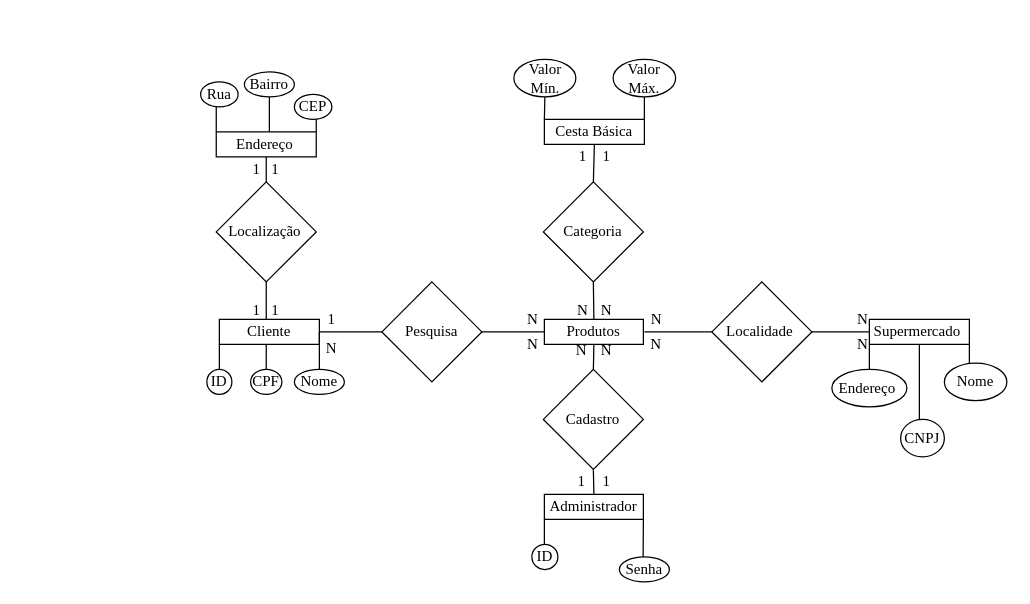
Above: Diagrama sem título.drawio in EmilyNicoleA/Compara-o- (draw.io), before the change. Source tidied: cells renumbered, new cells numbered last; positions are measured from the earlier drawing's top-left corner, leaving out a move shared by most shapes. Both pictures are drawn from the tidied source at 125%, with x=0, y=0 at pixel (200, 59).
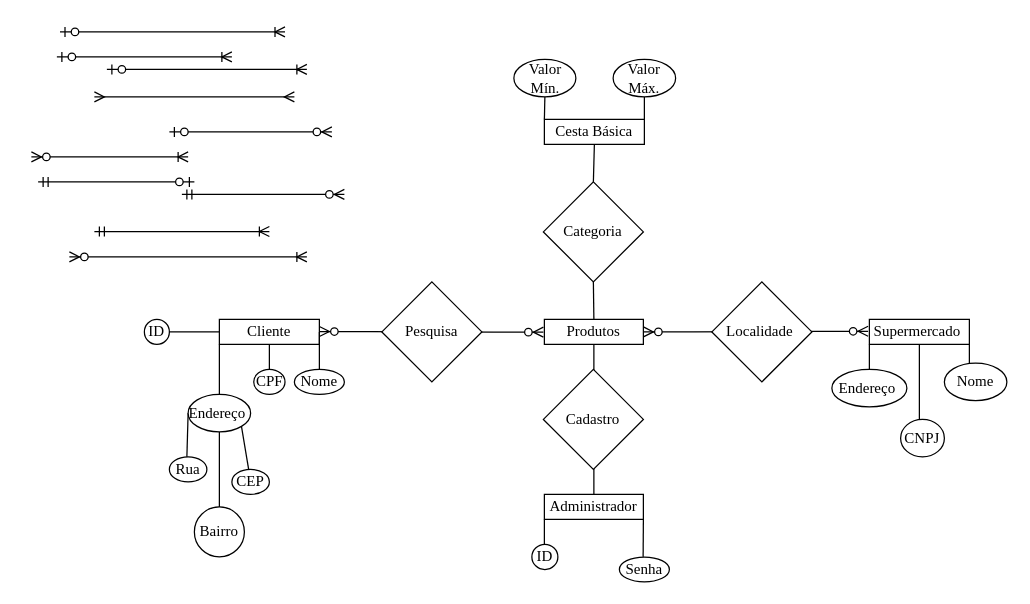
Above is the later version.

Unchanged cells that the change refers to:
```xml
<mxCell id="5" value="&lt;font face=&quot;Times New Roman&quot;&gt;Cliente&lt;/font&gt;" style="rounded=0;whiteSpace=wrap;html=1;" parent="1" vertex="1">
  <mxGeometry x="15" y="208" width="80" height="20" as="geometry" />
</mxCell>
<mxCell id="8" value="&lt;font face=&quot;Times New Roman&quot;&gt;Pesquisa&lt;/font&gt;" style="rhombus;whiteSpace=wrap;html=1;" parent="1" vertex="1">
  <mxGeometry x="145" y="178" width="80" height="80" as="geometry" />
</mxCell>
<mxCell id="9" value="&lt;font face=&quot;Times New Roman&quot;&gt;Produtos&lt;/font&gt;" style="rounded=0;whiteSpace=wrap;html=1;" parent="1" vertex="1">
  <mxGeometry x="275" y="208" width="79.2" height="20" as="geometry" />
</mxCell>
<mxCell id="10" value="&lt;font face=&quot;Times New Roman&quot;&gt;Cadastro&lt;/font&gt;" style="rhombus;whiteSpace=wrap;html=1;" parent="1" vertex="1">
  <mxGeometry x="274.2" y="248" width="80" height="80" as="geometry" />
</mxCell>
<mxCell id="11" value="&lt;font face=&quot;Times New Roman&quot;&gt;Administrador&lt;/font&gt;" style="rounded=0;whiteSpace=wrap;html=1;" parent="1" vertex="1">
  <mxGeometry x="275" y="348" width="79.2" height="20" as="geometry" />
</mxCell>
<mxCell id="15" value="&lt;font face=&quot;Times New Roman&quot;&gt;Localidade&amp;nbsp;&lt;/font&gt;" style="rhombus;whiteSpace=wrap;html=1;" parent="1" vertex="1">
  <mxGeometry x="409" y="178" width="80" height="80" as="geometry" />
</mxCell>
<mxCell id="16" value="&lt;font face=&quot;Times New Roman&quot;&gt;Supermercado&amp;nbsp;&lt;/font&gt;" style="rounded=0;whiteSpace=wrap;html=1;" parent="1" vertex="1">
  <mxGeometry x="535" y="208" width="80" height="20" as="geometry" />
</mxCell>
```

Change to the diagram source:
```diff
@@
+    <mxCell id="69" style="endArrow=none;html=1;exitX=0.5;exitY=0;exitDx=0;exitDy=0;entryX=0.5;entryY=1;entryDx=0;entryDy=0;" parent="1" edge="1" source="11" target="9">
+      <mxGeometry relative="1" as="geometry" />
+    </mxCell>
+    <mxCell id="70" style="edgeStyle=entityRelationEdgeStyle;fontSize=12;html=1;endArrow=ERzeroToMany;endFill=1;startArrow=ERzeroToMany;exitX=1;exitY=0.5;exitDx=0;exitDy=0;" parent="1" edge="1" source="9">
+      <mxGeometry relative="1" as="geometry">
+        <mxPoint x="534" y="217.5" as="targetPoint" />
+      </mxGeometry>
+    </mxCell>
+    <mxCell id="71" style="edgeStyle=entityRelationEdgeStyle;fontSize=12;html=1;endArrow=ERzeroToMany;endFill=1;startArrow=ERzeroToMany;" parent="1" edge="1">
+      <mxGeometry relative="1" as="geometry">
+        <mxPoint x="95" y="217.7" as="sourcePoint" />
+        <mxPoint x="274.2" y="218.2" as="targetPoint" />
+      </mxGeometry>
+    </mxCell>
@@
     <mxCell id="4" value="&lt;font face=&quot;Times New Roman&quot;&gt;ID&lt;/font&gt;" style="ellipse;whiteSpace=wrap;html=1;" parent="1" vertex="1">
-      <mxGeometry x="5" y="248" width="20" height="20" as="geometry" />
+      <mxGeometry x="-45" y="208" width="20" height="20" as="geometry" />
     </mxCell>
@@
     <mxCell id="7" value="&lt;font face=&quot;Times New Roman&quot;&gt;CPF&lt;/font&gt;" style="ellipse;whiteSpace=wrap;html=1;" parent="1" vertex="1">
-      <mxGeometry x="40" y="248" width="25" height="20" as="geometry" />
+      <mxGeometry x="42.5" y="248" width="25" height="20" as="geometry" />
     </mxCell>
@@
-    <mxCell id="17" style="endArrow=none;html=1;exitX=0.5;exitY=0;exitDx=0;exitDy=0;entryX=0.5;entryY=1;entryDx=0;entryDy=0;" parent="1" edge="1" source="11" target="10">
-      <mxGeometry relative="1" as="geometry" />
-    </mxCell>
@@
-    <mxCell id="19" style="endArrow=none;html=1;entryX=0;entryY=1;entryDx=0;entryDy=0;exitX=0.5;exitY=0;exitDx=0;exitDy=0;" parent="1" edge="1" source="4" target="5">
-      <mxGeometry relative="1" as="geometry" />
-    </mxCell>
@@
-    <mxCell id="21" style="endArrow=none;html=1;exitX=0.5;exitY=0;exitDx=0;exitDy=0;entryX=0.469;entryY=1;entryDx=0;entryDy=0;entryPerimeter=0;" parent="1" edge="1" source="7" target="5">
-      <mxGeometry relative="1" as="geometry" />
-    </mxCell>
-    <mxCell id="22" style="endArrow=none;html=1;entryX=0;entryY=0.5;entryDx=0;entryDy=0;" parent="1" edge="1" target="8">
-      <mxGeometry relative="1" as="geometry">
-        <mxPoint x="95" y="218" as="sourcePoint" />
-      </mxGeometry>
-    </mxCell>
-    <mxCell id="23" style="endArrow=none;html=1;entryX=0;entryY=0.5;entryDx=0;entryDy=0;exitX=1;exitY=0.5;exitDx=0;exitDy=0;" parent="1" edge="1" source="8" target="9">
-      <mxGeometry relative="1" as="geometry" />
-    </mxCell>
-    <mxCell id="24" style="endArrow=none;html=1;entryX=0;entryY=0.5;entryDx=0;entryDy=0;" parent="1" edge="1" target="15">
-      <mxGeometry relative="1" as="geometry">
-        <mxPoint x="355" y="218" as="sourcePoint" />
-      </mxGeometry>
-    </mxCell>
-    <mxCell id="25" style="endArrow=none;html=1;entryX=0.5;entryY=1;entryDx=0;entryDy=0;exitX=0.5;exitY=0;exitDx=0;exitDy=0;" parent="1" edge="1" source="10" target="9">
-      <mxGeometry relative="1" as="geometry" />
-    </mxCell>
-    <mxCell id="26" style="endArrow=none;html=1;entryX=0;entryY=0.5;entryDx=0;entryDy=0;exitX=1;exitY=0.5;exitDx=0;exitDy=0;" parent="1" edge="1" source="15" target="16">
-      <mxGeometry relative="1" as="geometry">
-        <Array as="points">
-          <mxPoint x="495" y="218" />
-        </Array>
-      </mxGeometry>
-    </mxCell>
@@
-    <mxCell id="29" value="&lt;font face=&quot;Times New Roman&quot;&gt;Localização&amp;nbsp;&lt;/font&gt;" style="rhombus;whiteSpace=wrap;html=1;" parent="1" vertex="1">
-      <mxGeometry x="12.5" y="98" width="80" height="80" as="geometry" />
-    </mxCell>
-    <mxCell id="30" value="&lt;font face=&quot;Times New Roman&quot;&gt;Endereço&amp;nbsp;&lt;/font&gt;" style="rounded=0;whiteSpace=wrap;html=1;" parent="1" vertex="1">
-      <mxGeometry x="12.5" y="58" width="80" height="20" as="geometry" />
-    </mxCell>
     <mxCell id="31" value="&lt;font face=&quot;Times New Roman&quot;&gt;Rua&lt;/font&gt;" style="ellipse;whiteSpace=wrap;html=1;" parent="1" vertex="1">
-      <mxGeometry y="18" width="30" height="20" as="geometry" />
+      <mxGeometry x="-25" y="318" width="30" height="20" as="geometry" />
     </mxCell>
     <mxCell id="32" value="&lt;font face=&quot;Times New Roman&quot;&gt;Bairro&lt;/font&gt;" style="ellipse;whiteSpace=wrap;html=1;" parent="1" vertex="1">
-      <mxGeometry x="35" y="10" width="40" height="20" as="geometry" />
+      <mxGeometry x="-5" y="358" width="40" height="40" as="geometry" />
     </mxCell>
-    <mxCell id="33" value="&lt;font face=&quot;Times New Roman&quot;&gt;CEP&lt;/font&gt;" style="ellipse;whiteSpace=wrap;html=1;" parent="1" vertex="1">
-      <mxGeometry x="75" y="28" width="30" height="20" as="geometry" />
-    </mxCell>
-    <mxCell id="34" style="endArrow=none;html=1;entryX=0.5;entryY=1;entryDx=0;entryDy=0;exitX=0.469;exitY=0;exitDx=0;exitDy=0;exitPerimeter=0;" parent="1" edge="1" source="5" target="29">
-      <mxGeometry relative="1" as="geometry" />
-    </mxCell>
-    <mxCell id="35" style="endArrow=none;html=1;exitX=0.5;exitY=0;exitDx=0;exitDy=0;entryX=0.5;entryY=1;entryDx=0;entryDy=0;" parent="1" edge="1" source="29" target="30">
-      <mxGeometry relative="1" as="geometry" />
-    </mxCell>
-    <mxCell id="36" style="endArrow=none;html=1;entryX=0.5;entryY=1;entryDx=0;entryDy=0;" parent="1" edge="1" target="32">
-      <mxGeometry relative="1" as="geometry">
-        <mxPoint x="55" y="58" as="sourcePoint" />
-      </mxGeometry>
+    <mxCell id="36" style="endArrow=none;html=1;exitX=0.5;exitY=1;exitDx=0;exitDy=0;entryX=0.5;entryY=0;entryDx=0;entryDy=0;" parent="1" edge="1" source="30" target="32">
+      <mxGeometry relative="1" as="geometry" />
     </mxCell>
@@
-    <mxCell id="42" style="endArrow=none;html=1;exitX=0;exitY=0;exitDx=0;exitDy=0;entryX=0.417;entryY=1;entryDx=0;entryDy=0;entryPerimeter=0;" parent="1" edge="1" source="30" target="31">
-      <mxGeometry relative="1" as="geometry" />
+    <mxCell id="42" style="endArrow=none;html=1;exitX=0;exitY=0.5;exitDx=0;exitDy=0;" parent="1" edge="1" source="30">
+      <mxGeometry relative="1" as="geometry">
+        <mxPoint x="-11" y="318" as="targetPoint" />
+      </mxGeometry>
     </mxCell>
-    <mxCell id="43" style="endArrow=none;html=1;exitX=1;exitY=0;exitDx=0;exitDy=0;entryX=0.583;entryY=1;entryDx=0;entryDy=0;entryPerimeter=0;" parent="1" edge="1" source="30" target="33">
-      <mxGeometry relative="1" as="geometry" />
+    <mxCell id="43" style="endArrow=none;html=1;exitX=1;exitY=1;exitDx=0;exitDy=0;" parent="1" edge="1" source="33">
+      <mxGeometry relative="1" as="geometry">
+        <mxPoint x="33" y="338" as="targetPoint" />
+      </mxGeometry>
     </mxCell>
@@
-    <mxCell id="45" value="&lt;font face=&quot;Times New Roman&quot;&gt;1&lt;/font&gt;" style="text;html=1;strokeColor=none;fillColor=none;align=center;verticalAlign=middle;whiteSpace=wrap;rounded=0;" parent="1" vertex="1">
-      <mxGeometry x="85" y="198" width="40" height="20" as="geometry" />
-    </mxCell>
-    <mxCell id="46" value="&lt;font face=&quot;Times New Roman&quot;&gt;N&lt;/font&gt;" style="text;html=1;strokeColor=none;fillColor=none;align=center;verticalAlign=middle;whiteSpace=wrap;rounded=0;" parent="1" vertex="1">
-      <mxGeometry x="90" y="218" width="30" height="25" as="geometry" />
-    </mxCell>
-    <mxCell id="47" value="&lt;font face=&quot;Times New Roman&quot;&gt;N&lt;/font&gt;" style="text;html=1;strokeColor=none;fillColor=none;align=center;verticalAlign=middle;whiteSpace=wrap;rounded=0;" parent="1" vertex="1">
-      <mxGeometry x="245.8" y="193" width="40" height="30" as="geometry" />
-    </mxCell>
-    <mxCell id="48" value="&lt;font face=&quot;Times New Roman&quot;&gt;N&lt;/font&gt;" style="text;html=1;strokeColor=none;fillColor=none;align=center;verticalAlign=middle;whiteSpace=wrap;rounded=0;" parent="1" vertex="1">
-      <mxGeometry x="245.8" y="213" width="40" height="30" as="geometry" />
-    </mxCell>
-    <mxCell id="49" value="&lt;font face=&quot;Times New Roman&quot;&gt;N&lt;/font&gt;" style="text;html=1;strokeColor=none;fillColor=none;align=center;verticalAlign=middle;whiteSpace=wrap;rounded=0;" parent="1" vertex="1">
-      <mxGeometry x="285" y="218" width="40" height="30" as="geometry" />
-    </mxCell>
-    <mxCell id="50" value="&lt;font face=&quot;Times New Roman&quot;&gt;N&lt;/font&gt;" style="text;html=1;strokeColor=none;fillColor=none;align=center;verticalAlign=middle;whiteSpace=wrap;rounded=0;" parent="1" vertex="1">
-      <mxGeometry x="305" y="218" width="40" height="30" as="geometry" />
-    </mxCell>
-    <mxCell id="51" value="&lt;font face=&quot;Times New Roman&quot;&gt;1&lt;/font&gt;" style="text;html=1;strokeColor=none;fillColor=none;align=center;verticalAlign=middle;whiteSpace=wrap;rounded=0;" parent="1" vertex="1">
-      <mxGeometry x="285" y="328" width="40" height="20" as="geometry" />
-    </mxCell>
-    <mxCell id="52" value="&lt;font face=&quot;Times New Roman&quot;&gt;1&lt;/font&gt;" style="text;html=1;strokeColor=none;fillColor=none;align=center;verticalAlign=middle;whiteSpace=wrap;rounded=0;" parent="1" vertex="1">
-      <mxGeometry x="305" y="328" width="40" height="20" as="geometry" />
-    </mxCell>
-    <mxCell id="53" value="&lt;font face=&quot;Times New Roman&quot;&gt;N&lt;/font&gt;" style="text;html=1;strokeColor=none;fillColor=none;align=center;verticalAlign=middle;whiteSpace=wrap;rounded=0;" parent="1" vertex="1">
-      <mxGeometry x="285.8" y="193" width="40" height="15" as="geometry" />
-    </mxCell>
-    <mxCell id="54" value="&lt;font face=&quot;Times New Roman&quot;&gt;1&lt;/font&gt;" style="text;html=1;strokeColor=none;fillColor=none;align=center;verticalAlign=middle;whiteSpace=wrap;rounded=0;" parent="1" vertex="1">
-      <mxGeometry x="285.8" y="68" width="40" height="20" as="geometry" />
-    </mxCell>
-    <mxCell id="55" value="&lt;font face=&quot;Times New Roman&quot;&gt;N&lt;/font&gt;" style="text;html=1;strokeColor=none;fillColor=none;align=center;verticalAlign=middle;whiteSpace=wrap;rounded=0;" parent="1" vertex="1">
-      <mxGeometry x="305" y="193" width="40" height="15" as="geometry" />
-    </mxCell>
-    <mxCell id="56" value="&lt;font face=&quot;Times New Roman&quot;&gt;1&lt;/font&gt;" style="text;html=1;strokeColor=none;fillColor=none;align=center;verticalAlign=middle;whiteSpace=wrap;rounded=0;" parent="1" vertex="1">
-      <mxGeometry x="305" y="68" width="40" height="20" as="geometry" />
-    </mxCell>
-    <mxCell id="57" value="&lt;font face=&quot;Times New Roman&quot;&gt;N&lt;/font&gt;" style="text;html=1;strokeColor=none;fillColor=none;align=center;verticalAlign=middle;whiteSpace=wrap;rounded=0;" parent="1" vertex="1">
-      <mxGeometry x="354.2" y="223" width="20.8" height="10" as="geometry" />
-    </mxCell>
-    <mxCell id="58" value="&lt;font face=&quot;Times New Roman&quot;&gt;N&lt;/font&gt;" style="text;html=1;strokeColor=none;fillColor=none;align=center;verticalAlign=middle;whiteSpace=wrap;rounded=0;" parent="1" vertex="1">
-      <mxGeometry x="355" y="203" width="20" height="10" as="geometry" />
-    </mxCell>
-    <mxCell id="59" value="&lt;font face=&quot;Times New Roman&quot;&gt;N&lt;/font&gt;" style="text;html=1;strokeColor=none;fillColor=none;align=center;verticalAlign=middle;whiteSpace=wrap;rounded=0;" parent="1" vertex="1">
-      <mxGeometry x="525" y="203" width="10" height="10" as="geometry" />
-    </mxCell>
-    <mxCell id="60" value="&lt;font face=&quot;Times New Roman&quot;&gt;N&lt;/font&gt;" style="text;html=1;strokeColor=none;fillColor=none;align=center;verticalAlign=middle;whiteSpace=wrap;rounded=0;" parent="1" vertex="1">
-      <mxGeometry x="525" y="223" width="10" height="10" as="geometry" />
-    </mxCell>
-    <mxCell id="61" value="&lt;font face=&quot;Times New Roman&quot;&gt;1&lt;/font&gt;" style="text;html=1;strokeColor=none;fillColor=none;align=center;verticalAlign=middle;whiteSpace=wrap;rounded=0;" parent="1" vertex="1">
-      <mxGeometry x="25" y="195.5" width="40" height="10" as="geometry" />
-    </mxCell>
-    <mxCell id="62" value="&lt;font face=&quot;Times New Roman&quot;&gt;1&lt;/font&gt;" style="text;html=1;strokeColor=none;fillColor=none;align=center;verticalAlign=middle;whiteSpace=wrap;rounded=0;" parent="1" vertex="1">
-      <mxGeometry x="20" y="78" width="50" height="20" as="geometry" />
-    </mxCell>
-    <mxCell id="63" value="&lt;font face=&quot;Times New Roman&quot;&gt;1&lt;/font&gt;" style="text;html=1;strokeColor=none;fillColor=none;align=center;verticalAlign=middle;whiteSpace=wrap;rounded=0;" parent="1" vertex="1">
-      <mxGeometry x="35" y="78" width="50" height="20" as="geometry" />
-    </mxCell>
-    <mxCell id="64" value="&lt;font face=&quot;Times New Roman&quot;&gt;1&lt;/font&gt;" style="text;html=1;strokeColor=none;fillColor=none;align=center;verticalAlign=middle;whiteSpace=wrap;rounded=0;" parent="1" vertex="1">
-      <mxGeometry x="45" y="195.5" width="30" height="10" as="geometry" />
-    </mxCell>
@@
+    <mxCell id="72" style="endArrow=none;html=1;exitX=1;exitY=0.5;exitDx=0;exitDy=0;" parent="1" edge="1" source="4">
+      <mxGeometry relative="1" as="geometry">
+        <mxPoint x="15" y="218" as="targetPoint" />
+      </mxGeometry>
+    </mxCell>
+    <mxCell id="21" style="endArrow=none;html=1;exitX=0.5;exitY=0;exitDx=0;exitDy=0;entryX=0.5;entryY=1;entryDx=0;entryDy=0;" parent="1" edge="1" source="7" target="5">
+      <mxGeometry relative="1" as="geometry" />
+    </mxCell>
+    <mxCell id="30" value="&lt;font face=&quot;Times New Roman&quot;&gt;Endereço&amp;nbsp;&lt;/font&gt;" style="ellipse;whiteSpace=wrap;html=1;" parent="1" vertex="1">
+      <mxGeometry x="-10" y="268" width="50" height="30" as="geometry" />
+    </mxCell>
+    <mxCell id="73" style="endArrow=none;html=1;" parent="1" edge="1">
+      <mxGeometry relative="1" as="geometry">
+        <mxPoint x="15" y="268" as="sourcePoint" />
+        <mxPoint x="15" y="228" as="targetPoint" />
+      </mxGeometry>
+    </mxCell>
+    <mxCell id="33" value="&lt;font face=&quot;Times New Roman&quot;&gt;CEP&lt;/font&gt;" style="ellipse;whiteSpace=wrap;html=1;" parent="1" vertex="1">
+      <mxGeometry x="25" y="328" width="30" height="20" as="geometry" />
+    </mxCell>
+    <mxCell id="74" style="endArrow=none;html=1;exitX=1;exitY=1;exitDx=0;exitDy=0;" parent="1" edge="1" source="30" target="33">
+      <mxGeometry relative="1" as="geometry" />
+    </mxCell>
+    <mxCell id="75" style="edgeStyle=entityRelationEdgeStyle;fontSize=12;html=1;endArrow=ERoneToMany;startArrow=ERzeroToMany;" parent="1" edge="1">
+      <mxGeometry relative="1" as="geometry">
+        <mxPoint x="-135.4" y="78" as="sourcePoint" />
+        <mxPoint x="-10" y="78" as="targetPoint" />
+      </mxGeometry>
+    </mxCell>
+    <mxCell id="76" style="edgeStyle=entityRelationEdgeStyle;fontSize=12;html=1;endArrow=ERmany;startArrow=ERmany;" parent="1" edge="1">
+      <mxGeometry relative="1" as="geometry">
+        <mxPoint x="-85" y="30" as="sourcePoint" />
+        <mxPoint x="75" y="30" as="targetPoint" />
+      </mxGeometry>
+    </mxCell>
+    <mxCell id="77" style="edgeStyle=entityRelationEdgeStyle;fontSize=12;html=1;endArrow=ERzeroToMany;startArrow=ERzeroToOne;" parent="1" edge="1">
+      <mxGeometry relative="1" as="geometry">
+        <mxPoint x="-25" y="58" as="sourcePoint" />
+        <mxPoint x="105" y="58" as="targetPoint" />
+      </mxGeometry>
+    </mxCell>
+    <mxCell id="78" style="edgeStyle=entityRelationEdgeStyle;fontSize=12;html=1;endArrow=ERzeroToMany;startArrow=ERmandOne;" parent="1" edge="1">
+      <mxGeometry relative="1" as="geometry">
+        <mxPoint x="-15" y="108" as="sourcePoint" />
+        <mxPoint x="115" y="108" as="targetPoint" />
+      </mxGeometry>
+    </mxCell>
+    <mxCell id="79" style="edgeStyle=entityRelationEdgeStyle;fontSize=12;html=1;endArrow=ERzeroToOne;startArrow=ERmandOne;" parent="1" edge="1">
+      <mxGeometry relative="1" as="geometry">
+        <mxPoint x="-130" y="98" as="sourcePoint" />
+        <mxPoint x="-5" y="98" as="targetPoint" />
+      </mxGeometry>
+    </mxCell>
+    <mxCell id="80" style="edgeStyle=entityRelationEdgeStyle;fontSize=12;html=1;endArrow=ERoneToMany;startArrow=ERmandOne;" parent="1" edge="1">
+      <mxGeometry relative="1" as="geometry">
+        <mxPoint x="-85" y="137.7" as="sourcePoint" />
+        <mxPoint x="55" y="137.7" as="targetPoint" />
+      </mxGeometry>
+    </mxCell>
+    <mxCell id="81" style="edgeStyle=entityRelationEdgeStyle;fontSize=12;html=1;endArrow=ERoneToMany;startArrow=ERzeroToOne;" parent="1" edge="1">
+      <mxGeometry relative="1" as="geometry">
+        <mxPoint x="-115" y="-2" as="sourcePoint" />
+        <mxPoint x="25" y="-2" as="targetPoint" />
+      </mxGeometry>
+    </mxCell>
+    <mxCell id="82" style="edgeStyle=entityRelationEdgeStyle;fontSize=12;html=1;endArrow=ERoneToMany;startArrow=ERzeroToOne;" parent="1" edge="1">
+      <mxGeometry relative="1" as="geometry">
+        <mxPoint x="-75" y="8" as="sourcePoint" />
+        <mxPoint x="85" y="8" as="targetPoint" />
+      </mxGeometry>
+    </mxCell>
+    <mxCell id="83" style="edgeStyle=entityRelationEdgeStyle;fontSize=12;html=1;endArrow=ERoneToMany;startArrow=ERzeroToOne;" parent="1" edge="1">
+      <mxGeometry relative="1" as="geometry">
+        <mxPoint x="-112.5" y="-22" as="sourcePoint" />
+        <mxPoint x="67.5" y="-22" as="targetPoint" />
+      </mxGeometry>
+    </mxCell>
+    <mxCell id="84" style="edgeStyle=entityRelationEdgeStyle;fontSize=12;html=1;endArrow=ERoneToMany;startArrow=ERzeroToMany;" parent="1" edge="1">
+      <mxGeometry relative="1" as="geometry">
+        <mxPoint x="-105" y="158" as="sourcePoint" />
+        <mxPoint x="85" y="158" as="targetPoint" />
+      </mxGeometry>
+    </mxCell>
```
